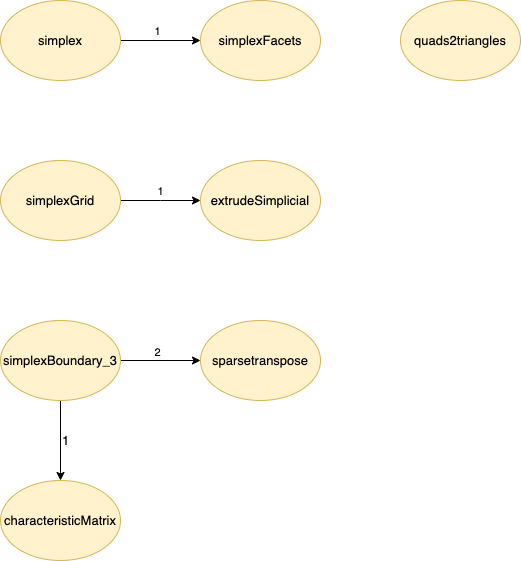
Above: docs/assets/deps/simplexn.png in adelloste/Largrids.jl (draw.io), before the change. Source tidied: cells renumbered, new cells last; positions are measured from the earlier drawing's top-left corner, leaving out a move shared by most shapes. Its diagram source:
```xml
<mxGraphModel>
  <root>
    <mxCell id="0" />
    <mxCell id="1" parent="0" />
    <mxCell id="2" style="edgeStyle=orthogonalEdgeStyle;rounded=0;jettySize=auto;html=1;exitX=1;exitY=0.5;exitDx=0;exitDy=0;entryX=0;entryY=0.5;entryDx=0;entryDy=0;" parent="1" edge="1" source="4" target="8">
      <mxGeometry relative="1" as="geometry" />
    </mxCell>
    <mxCell id="3" value="1" style="edgeLabel;html=1;align=center;verticalAlign=bottom;labelPosition=center;verticalLabelPosition=top;" parent="2" vertex="1">
      <mxGeometry x="-0.1" y="1" relative="1" as="geometry" />
    </mxCell>
    <mxCell id="4" value="&lt;font style=&quot;font-size: 13px&quot;&gt;simplex&lt;/font&gt;" style="ellipse;whiteSpace=wrap;html=1;fillColor=#fff2cc;strokeColor=#d6b656;" parent="1" vertex="1">
      <mxGeometry width="120" height="80" as="geometry" />
    </mxCell>
    <mxCell id="5" value="&lt;font style=&quot;font-size: 13px&quot;&gt;extrudeSimplicial&lt;/font&gt;" style="ellipse;whiteSpace=wrap;html=1;fillColor=#fff2cc;strokeColor=#d6b656;" parent="1" vertex="1">
      <mxGeometry x="200" y="160" width="120" height="80" as="geometry" />
    </mxCell>
    <mxCell id="6" value="1" style="edgeStyle=orthogonalEdgeStyle;rounded=0;jettySize=auto;html=1;exitX=1;exitY=0.5;exitDx=0;exitDy=0;entryX=0;entryY=0.5;entryDx=0;entryDy=0;labelPosition=center;verticalLabelPosition=top;align=center;verticalAlign=bottom;" parent="1" edge="1" source="7" target="5">
      <mxGeometry relative="1" as="geometry">
        <Array as="points">
          <mxPoint x="160" y="200" />
          <mxPoint x="160" y="200" />
        </Array>
      </mxGeometry>
    </mxCell>
    <mxCell id="7" value="&lt;font style=&quot;font-size: 13px&quot;&gt;simplexGrid&lt;/font&gt;" style="ellipse;whiteSpace=wrap;html=1;fillColor=#fff2cc;strokeColor=#d6b656;" parent="1" vertex="1">
      <mxGeometry y="160" width="120" height="80" as="geometry" />
    </mxCell>
    <mxCell id="8" value="&lt;font style=&quot;font-size: 13px&quot;&gt;simplexFacets&lt;/font&gt;" style="ellipse;whiteSpace=wrap;html=1;fillColor=#fff2cc;strokeColor=#d6b656;" parent="1" vertex="1">
      <mxGeometry x="200" width="120" height="80" as="geometry" />
    </mxCell>
    <mxCell id="9" value="&lt;font style=&quot;font-size: 13px&quot;&gt;quads2triangles&lt;/font&gt;" style="ellipse;whiteSpace=wrap;html=1;fillColor=#fff2cc;strokeColor=#d6b656;" parent="1" vertex="1">
      <mxGeometry x="400" width="120" height="80" as="geometry" />
    </mxCell>
    <mxCell id="10" value="&lt;font style=&quot;font-size: 13px&quot;&gt;sparsetranspose&lt;/font&gt;" style="ellipse;whiteSpace=wrap;html=1;fillColor=#fff2cc;strokeColor=#d6b656;" parent="1" vertex="1">
      <mxGeometry x="200" y="320" width="120" height="80" as="geometry" />
    </mxCell>
    <mxCell id="11" style="edgeStyle=orthogonalEdgeStyle;rounded=0;jettySize=auto;html=1;" parent="1" edge="1" source="15" target="10">
      <mxGeometry relative="1" as="geometry" />
    </mxCell>
    <mxCell id="12" value="2" style="edgeLabel;html=1;align=center;verticalAlign=bottom;labelPosition=center;verticalLabelPosition=top;" parent="11" vertex="1">
      <mxGeometry x="-0.09" relative="1" as="geometry" />
    </mxCell>
    <mxCell id="13" style="edgeStyle=orthogonalEdgeStyle;rounded=0;jettySize=auto;html=1;exitX=0.5;exitY=1;exitDx=0;exitDy=0;entryX=0.5;entryY=0;entryDx=0;entryDy=0;fontSize=13;" parent="1" edge="1" source="15" target="16">
      <mxGeometry relative="1" as="geometry" />
    </mxCell>
    <mxCell id="14" value="1" style="edgeLabel;html=1;align=left;verticalAlign=middle;fontSize=13;labelPosition=right;verticalLabelPosition=middle;" parent="13" vertex="1">
      <mxGeometry x="-0.03" relative="1" as="geometry" />
    </mxCell>
    <mxCell id="15" value="&lt;font style=&quot;font-size: 13px&quot;&gt;simplexBoundary_3&lt;/font&gt;" style="ellipse;whiteSpace=wrap;html=1;fillColor=#fff2cc;strokeColor=#d6b656;" parent="1" vertex="1">
      <mxGeometry y="320" width="120" height="80" as="geometry" />
    </mxCell>
    <mxCell id="16" value="&lt;font style=&quot;font-size: 13px&quot;&gt;characteristicMatrix&lt;/font&gt;" style="ellipse;whiteSpace=wrap;html=1;fillColor=#fff2cc;strokeColor=#d6b656;" parent="1" vertex="1">
      <mxGeometry y="480" width="120" height="80" as="geometry" />
    </mxCell>
  </root>
</mxGraphModel>
```
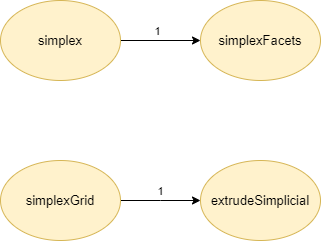
Later version of the same file.

What changed in the source:
```diff
@@ -28,29 +28,5 @@
     <mxCell id="8" value="&lt;font style=&quot;font-size: 13px&quot;&gt;simplexFacets&lt;/font&gt;" style="ellipse;whiteSpace=wrap;html=1;fillColor=#fff2cc;strokeColor=#d6b656;" parent="1" vertex="1">
       <mxGeometry x="200" width="120" height="80" as="geometry" />
     </mxCell>
-    <mxCell id="9" value="&lt;font style=&quot;font-size: 13px&quot;&gt;quads2triangles&lt;/font&gt;" style="ellipse;whiteSpace=wrap;html=1;fillColor=#fff2cc;strokeColor=#d6b656;" parent="1" vertex="1">
-      <mxGeometry x="400" width="120" height="80" as="geometry" />
-    </mxCell>
-    <mxCell id="10" value="&lt;font style=&quot;font-size: 13px&quot;&gt;sparsetranspose&lt;/font&gt;" style="ellipse;whiteSpace=wrap;html=1;fillColor=#fff2cc;strokeColor=#d6b656;" parent="1" vertex="1">
-      <mxGeometry x="200" y="320" width="120" height="80" as="geometry" />
-    </mxCell>
-    <mxCell id="11" style="edgeStyle=orthogonalEdgeStyle;rounded=0;jettySize=auto;html=1;" parent="1" edge="1" source="15" target="10">
-      <mxGeometry relative="1" as="geometry" />
-    </mxCell>
-    <mxCell id="12" value="2" style="edgeLabel;html=1;align=center;verticalAlign=bottom;labelPosition=center;verticalLabelPosition=top;" parent="11" vertex="1">
-      <mxGeometry x="-0.09" relative="1" as="geometry" />
-    </mxCell>
-    <mxCell id="13" style="edgeStyle=orthogonalEdgeStyle;rounded=0;jettySize=auto;html=1;exitX=0.5;exitY=1;exitDx=0;exitDy=0;entryX=0.5;entryY=0;entryDx=0;entryDy=0;fontSize=13;" parent="1" edge="1" source="15" target="16">
-      <mxGeometry relative="1" as="geometry" />
-    </mxCell>
-    <mxCell id="14" value="1" style="edgeLabel;html=1;align=left;verticalAlign=middle;fontSize=13;labelPosition=right;verticalLabelPosition=middle;" parent="13" vertex="1">
-      <mxGeometry x="-0.03" relative="1" as="geometry" />
-    </mxCell>
-    <mxCell id="15" value="&lt;font style=&quot;font-size: 13px&quot;&gt;simplexBoundary_3&lt;/font&gt;" style="ellipse;whiteSpace=wrap;html=1;fillColor=#fff2cc;strokeColor=#d6b656;" parent="1" vertex="1">
-      <mxGeometry y="320" width="120" height="80" as="geometry" />
-    </mxCell>
-    <mxCell id="16" value="&lt;font style=&quot;font-size: 13px&quot;&gt;characteristicMatrix&lt;/font&gt;" style="ellipse;whiteSpace=wrap;html=1;fillColor=#fff2cc;strokeColor=#d6b656;" parent="1" vertex="1">
-      <mxGeometry y="480" width="120" height="80" as="geometry" />
-    </mxCell>
   </root>
 </mxGraphModel>
```
